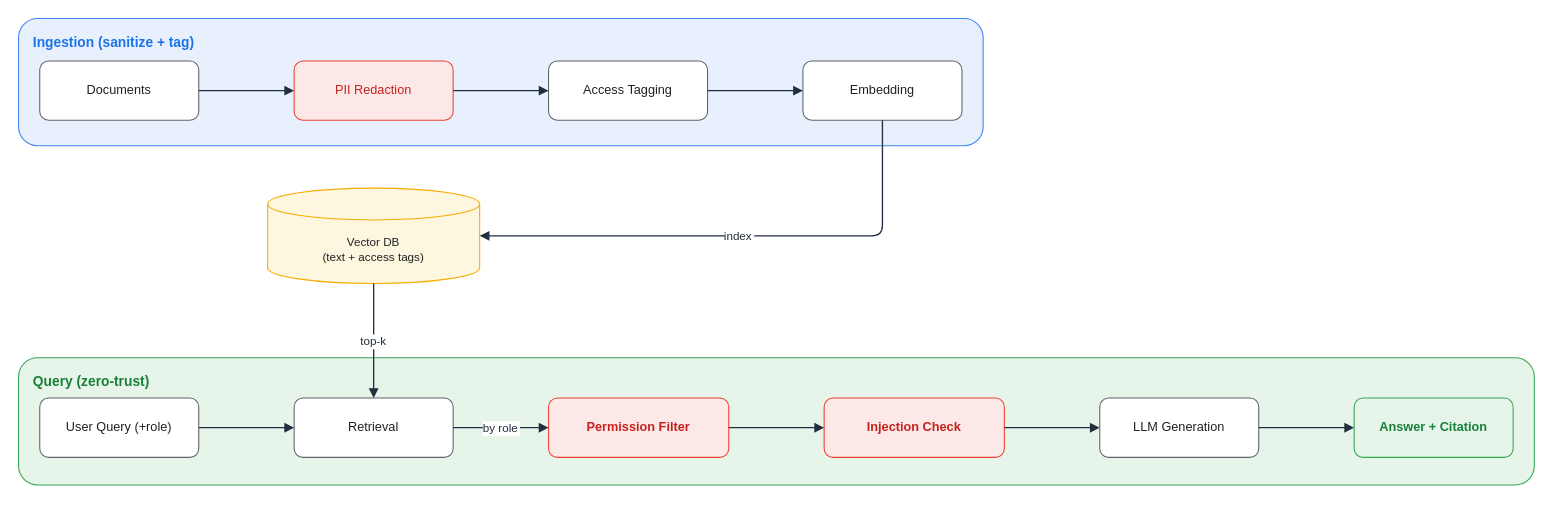
Earlier version of the draw.io diagram assets/img/ai/rag-05-secure-rag-flow.drawio (KKamJi98/kkamji98.github.io). Source tidied: cells renumbered, new cells numbered last; positions are measured from the earlier drawing's top-left corner, leaving out a move shared by most shapes. Both pictures are drawn from the tidied source at 106%, with x=0, y=0 at pixel (18, 18).
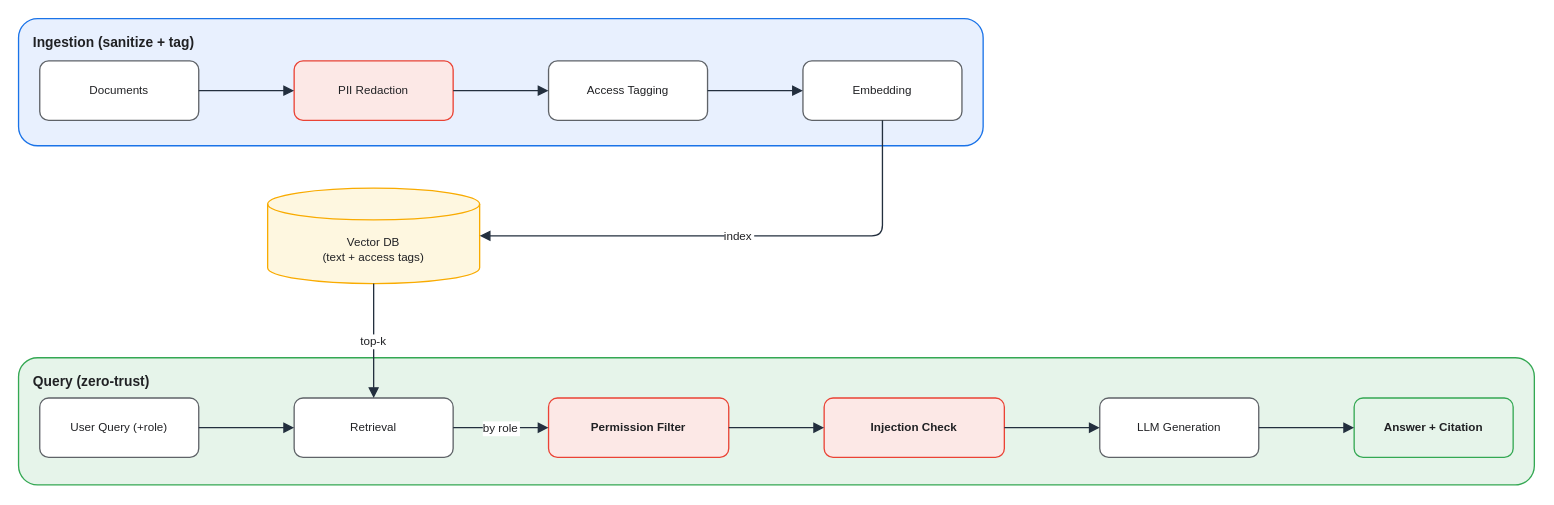
After the change.

Diff of the diagram source:
```diff
@@
-<mxGraphModel>
+<mxGraphModel background="#FFFFFF">
@@
-    <mxCell id="2" value="Ingestion (sanitize + tag)" style="rounded=1;html=0;fillColor=#E8F0FE;strokeColor=#4285F4;verticalAlign=top;align=left;fontStyle=1;fontSize=13;fontColor=#1A73E8;spacingLeft=12;spacingTop=8;shadow=0;" parent="1" vertex="1">
+    <mxCell id="2" value="Ingestion (sanitize + tag)" style="rounded=1;html=0;fillColor=#E8F0FE;strokeColor=#1A73E8;verticalAlign=top;align=left;fontStyle=1;fontSize=13;fontColor=#202124;spacingLeft=12;spacingTop=8;shadow=0;strokeWidth=1.25;" parent="1" vertex="1">
       <mxGeometry width="910" height="120" as="geometry" />
     </mxCell>
-    <mxCell id="3" value="Query (zero-trust)" style="rounded=1;html=0;fillColor=#E6F4EA;strokeColor=#34A853;verticalAlign=top;align=left;fontStyle=1;fontSize=13;fontColor=#188038;spacingLeft=12;spacingTop=8;shadow=0;" parent="1" vertex="1">
+    <mxCell id="3" value="Query (zero-trust)" style="rounded=1;html=0;fillColor=#E6F4EA;strokeColor=#34A853;verticalAlign=top;align=left;fontStyle=1;fontSize=13;fontColor=#202124;spacingLeft=12;spacingTop=8;shadow=0;strokeWidth=1.25;" parent="1" vertex="1">
       <mxGeometry y="320" width="1430" height="120" as="geometry" />
     </mxCell>
-    <mxCell id="4" value="Documents" style="rounded=1;whiteSpace=wrap;html=0;fillColor=#FFFFFF;strokeColor=#5F6368;shadow=0;fontSize=12;fontColor=#202124;" parent="1" vertex="1">
+    <mxCell id="4" value="Documents" style="rounded=1;whiteSpace=wrap;html=0;fillColor=#FFFFFF;strokeColor=#5F6368;shadow=0;fontSize=11;fontColor=#202124;strokeWidth=1.25;" parent="1" vertex="1">
       <mxGeometry x="20" y="40" width="150" height="56" as="geometry" />
     </mxCell>
-    <mxCell id="5" value="PII Redaction" style="rounded=1;whiteSpace=wrap;html=0;fillColor=#FCE8E6;strokeColor=#EA4335;shadow=0;fontSize=12;fontColor=#C5221F;" parent="1" vertex="1">
+    <mxCell id="5" value="PII Redaction" style="rounded=1;whiteSpace=wrap;html=0;fillColor=#FCE8E6;strokeColor=#EA4335;shadow=0;fontSize=11;fontColor=#202124;strokeWidth=1.25;" parent="1" vertex="1">
       <mxGeometry x="260" y="40" width="150" height="56" as="geometry" />
     </mxCell>
-    <mxCell id="6" value="Access Tagging" style="rounded=1;whiteSpace=wrap;html=0;fillColor=#FFFFFF;strokeColor=#5F6368;shadow=0;fontSize=12;fontColor=#202124;" parent="1" vertex="1">
+    <mxCell id="6" value="Access Tagging" style="rounded=1;whiteSpace=wrap;html=0;fillColor=#FFFFFF;strokeColor=#5F6368;shadow=0;fontSize=11;fontColor=#202124;strokeWidth=1.25;" parent="1" vertex="1">
       <mxGeometry x="500" y="40" width="150" height="56" as="geometry" />
     </mxCell>
-    <mxCell id="7" value="Embedding" style="rounded=1;whiteSpace=wrap;html=0;fillColor=#FFFFFF;strokeColor=#5F6368;shadow=0;fontSize=12;fontColor=#202124;" parent="1" vertex="1">
+    <mxCell id="7" value="Embedding" style="rounded=1;whiteSpace=wrap;html=0;fillColor=#FFFFFF;strokeColor=#5F6368;shadow=0;fontSize=11;fontColor=#202124;strokeWidth=1.25;" parent="1" vertex="1">
       <mxGeometry x="740" y="40" width="150" height="56" as="geometry" />
     </mxCell>
-    <mxCell id="8" value="Vector DB&#10;(text + access tags)" style="shape=cylinder3;whiteSpace=wrap;html=0;fillColor=#FEF7E0;strokeColor=#F9AB00;shadow=0;fontSize=11;fontColor=#202124;boundedLbl=1;" parent="1" vertex="1">
+    <mxCell id="8" value="Vector DB&#10;(text + access tags)" style="shape=cylinder3;whiteSpace=wrap;html=0;fillColor=#FEF7E0;strokeColor=#F9AB00;shadow=0;fontSize=11;fontColor=#202124;boundedLbl=1;strokeWidth=1.25;" parent="1" vertex="1">
       <mxGeometry x="235" y="160" width="200" height="90" as="geometry" />
     </mxCell>
-    <mxCell id="9" value="User Query (+role)" style="rounded=1;whiteSpace=wrap;html=0;fillColor=#FFFFFF;strokeColor=#5F6368;shadow=0;fontSize=12;fontColor=#202124;" parent="1" vertex="1">
+    <mxCell id="9" value="User Query (+role)" style="rounded=1;whiteSpace=wrap;html=0;fillColor=#FFFFFF;strokeColor=#5F6368;shadow=0;fontSize=11;fontColor=#202124;strokeWidth=1.25;" parent="1" vertex="1">
       <mxGeometry x="20" y="358" width="150" height="56" as="geometry" />
     </mxCell>
-    <mxCell id="10" value="Retrieval" style="rounded=1;whiteSpace=wrap;html=0;fillColor=#FFFFFF;strokeColor=#5F6368;shadow=0;fontSize=12;fontColor=#202124;" parent="1" vertex="1">
+    <mxCell id="10" value="Retrieval" style="rounded=1;whiteSpace=wrap;html=0;fillColor=#FFFFFF;strokeColor=#5F6368;shadow=0;fontSize=11;fontColor=#202124;strokeWidth=1.25;" parent="1" vertex="1">
       <mxGeometry x="260" y="358" width="150" height="56" as="geometry" />
     </mxCell>
-    <mxCell id="11" value="Permission Filter" style="rounded=1;whiteSpace=wrap;html=0;fillColor=#FCE8E6;strokeColor=#EA4335;shadow=0;fontSize=12;fontColor=#C5221F;fontStyle=1;" parent="1" vertex="1">
+    <mxCell id="11" value="Permission Filter" style="rounded=1;whiteSpace=wrap;html=0;fillColor=#FCE8E6;strokeColor=#EA4335;shadow=0;fontSize=11;fontColor=#202124;fontStyle=1;strokeWidth=1.25;" parent="1" vertex="1">
       <mxGeometry x="500" y="358" width="170" height="56" as="geometry" />
     </mxCell>
-    <mxCell id="12" value="Injection Check" style="rounded=1;whiteSpace=wrap;html=0;fillColor=#FCE8E6;strokeColor=#EA4335;shadow=0;fontSize=12;fontColor=#C5221F;fontStyle=1;" parent="1" vertex="1">
+    <mxCell id="12" value="Injection Check" style="rounded=1;whiteSpace=wrap;html=0;fillColor=#FCE8E6;strokeColor=#EA4335;shadow=0;fontSize=11;fontColor=#202124;fontStyle=1;strokeWidth=1.25;" parent="1" vertex="1">
       <mxGeometry x="760" y="358" width="170" height="56" as="geometry" />
     </mxCell>
-    <mxCell id="13" value="LLM Generation" style="rounded=1;whiteSpace=wrap;html=0;fillColor=#FFFFFF;strokeColor=#5F6368;shadow=0;fontSize=12;fontColor=#202124;" parent="1" vertex="1">
+    <mxCell id="13" value="LLM Generation" style="rounded=1;whiteSpace=wrap;html=0;fillColor=#FFFFFF;strokeColor=#5F6368;shadow=0;fontSize=11;fontColor=#202124;strokeWidth=1.25;" parent="1" vertex="1">
       <mxGeometry x="1020" y="358" width="150" height="56" as="geometry" />
     </mxCell>
-    <mxCell id="14" value="Answer + Citation" style="rounded=1;whiteSpace=wrap;html=0;fillColor=#E6F4EA;strokeColor=#34A853;shadow=0;fontSize=12;fontColor=#188038;fontStyle=1;" parent="1" vertex="1">
+    <mxCell id="14" value="Answer + Citation" style="rounded=1;whiteSpace=wrap;html=0;fillColor=#E6F4EA;strokeColor=#34A853;shadow=0;fontSize=11;fontColor=#202124;fontStyle=1;strokeWidth=1.25;" parent="1" vertex="1">
       <mxGeometry x="1260" y="358" width="150" height="56" as="geometry" />
     </mxCell>
-    <mxCell id="15" style="edgeStyle=orthogonalEdgeStyle;rounded=1;html=0;endArrow=block;strokeColor=#232F3E;strokeWidth=1.25;fontColor=#232F3E;" parent="1" edge="1" source="4" target="5">
+    <mxCell id="15" style="edgeStyle=orthogonalEdgeStyle;rounded=1;html=0;endArrow=block;strokeColor=#232F3E;strokeWidth=1.25;fontColor=#202124;endSize=7;" parent="1" edge="1" source="4" target="5">
       <mxGeometry relative="1" as="geometry" />
     </mxCell>
-    <mxCell id="16" style="edgeStyle=orthogonalEdgeStyle;rounded=1;html=0;endArrow=block;strokeColor=#232F3E;strokeWidth=1.25;fontColor=#232F3E;" parent="1" edge="1" source="5" target="6">
+    <mxCell id="16" style="edgeStyle=orthogonalEdgeStyle;rounded=1;html=0;endArrow=block;strokeColor=#232F3E;strokeWidth=1.25;fontColor=#202124;endSize=7;" parent="1" edge="1" source="5" target="6">
       <mxGeometry relative="1" as="geometry" />
     </mxCell>
-    <mxCell id="17" style="edgeStyle=orthogonalEdgeStyle;rounded=1;html=0;endArrow=block;strokeColor=#232F3E;strokeWidth=1.25;fontColor=#232F3E;" parent="1" edge="1" source="6" target="7">
+    <mxCell id="17" style="edgeStyle=orthogonalEdgeStyle;rounded=1;html=0;endArrow=block;strokeColor=#232F3E;strokeWidth=1.25;fontColor=#202124;endSize=7;" parent="1" edge="1" source="6" target="7">
       <mxGeometry relative="1" as="geometry" />
     </mxCell>
-    <mxCell id="18" value="index" style="edgeStyle=orthogonalEdgeStyle;rounded=1;html=0;endArrow=block;strokeColor=#232F3E;strokeWidth=1.25;fontColor=#232F3E;fontSize=11;labelBackgroundColor=#FFFFFF;exitX=0.5;exitY=1;exitDx=0;exitDy=0;entryX=1;entryY=0.5;entryDx=0;entryDy=0;" parent="1" edge="1" source="7" target="8">
+    <mxCell id="18" value="index" style="edgeStyle=orthogonalEdgeStyle;rounded=1;html=0;endArrow=block;strokeColor=#232F3E;strokeWidth=1.25;fontColor=#202124;fontSize=11;labelBackgroundColor=#FFFFFF;exitX=0.5;exitY=1;exitDx=0;exitDy=0;entryX=1;entryY=0.5;entryDx=0;entryDy=0;endSize=7;" parent="1" edge="1" source="7" target="8">
       <mxGeometry relative="1" as="geometry">
         <Array as="points">
           <mxPoint x="815" y="205" />
         </Array>
       </mxGeometry>
     </mxCell>
-    <mxCell id="19" value="top-k" style="edgeStyle=orthogonalEdgeStyle;rounded=1;html=0;endArrow=block;strokeColor=#232F3E;strokeWidth=1.25;fontColor=#232F3E;fontSize=11;labelBackgroundColor=#FFFFFF;exitX=0.5;exitY=1;exitDx=0;exitDy=0;entryX=0.5;entryY=0;entryDx=0;entryDy=0;" parent="1" edge="1" source="8" target="10">
+    <mxCell id="19" value="top-k" style="edgeStyle=orthogonalEdgeStyle;rounded=1;html=0;endArrow=block;strokeColor=#232F3E;strokeWidth=1.25;fontColor=#202124;fontSize=11;labelBackgroundColor=#FFFFFF;exitX=0.5;exitY=1;exitDx=0;exitDy=0;entryX=0.5;entryY=0;entryDx=0;entryDy=0;endSize=7;" parent="1" edge="1" source="8" target="10">
       <mxGeometry relative="1" as="geometry" />
     </mxCell>
-    <mxCell id="20" style="edgeStyle=orthogonalEdgeStyle;rounded=1;html=0;endArrow=block;strokeColor=#232F3E;strokeWidth=1.25;fontColor=#232F3E;" parent="1" edge="1" source="9" target="10">
+    <mxCell id="20" style="edgeStyle=orthogonalEdgeStyle;rounded=1;html=0;endArrow=block;strokeColor=#232F3E;strokeWidth=1.25;fontColor=#202124;endSize=7;" parent="1" edge="1" source="9" target="10">
       <mxGeometry relative="1" as="geometry" />
     </mxCell>
-    <mxCell id="21" value="by role" style="edgeStyle=orthogonalEdgeStyle;rounded=1;html=0;endArrow=block;strokeColor=#232F3E;strokeWidth=1.25;fontColor=#232F3E;fontSize=11;labelBackgroundColor=#FFFFFF;" parent="1" edge="1" source="10" target="11">
+    <mxCell id="21" value="by role" style="edgeStyle=orthogonalEdgeStyle;rounded=1;html=0;endArrow=block;strokeColor=#232F3E;strokeWidth=1.25;fontColor=#202124;fontSize=11;labelBackgroundColor=#FFFFFF;endSize=7;" parent="1" edge="1" source="10" target="11">
       <mxGeometry relative="1" as="geometry" />
     </mxCell>
-    <mxCell id="22" style="edgeStyle=orthogonalEdgeStyle;rounded=1;html=0;endArrow=block;strokeColor=#232F3E;strokeWidth=1.25;fontColor=#232F3E;" parent="1" edge="1" source="11" target="12">
+    <mxCell id="22" style="edgeStyle=orthogonalEdgeStyle;rounded=1;html=0;endArrow=block;strokeColor=#232F3E;strokeWidth=1.25;fontColor=#202124;endSize=7;" parent="1" edge="1" source="11" target="12">
       <mxGeometry relative="1" as="geometry" />
     </mxCell>
-    <mxCell id="23" style="edgeStyle=orthogonalEdgeStyle;rounded=1;html=0;endArrow=block;strokeColor=#232F3E;strokeWidth=1.25;fontColor=#232F3E;" parent="1" edge="1" source="12" target="13">
+    <mxCell id="23" style="edgeStyle=orthogonalEdgeStyle;rounded=1;html=0;endArrow=block;strokeColor=#232F3E;strokeWidth=1.25;fontColor=#202124;endSize=7;" parent="1" edge="1" source="12" target="13">
       <mxGeometry relative="1" as="geometry" />
     </mxCell>
-    <mxCell id="24" style="edgeStyle=orthogonalEdgeStyle;rounded=1;html=0;endArrow=block;strokeColor=#232F3E;strokeWidth=1.25;fontColor=#232F3E;" parent="1" edge="1" source="13" target="14">
+    <mxCell id="24" style="edgeStyle=orthogonalEdgeStyle;rounded=1;html=0;endArrow=block;strokeColor=#232F3E;strokeWidth=1.25;fontColor=#202124;endSize=7;" parent="1" edge="1" source="13" target="14">
       <mxGeometry relative="1" as="geometry" />
     </mxCell>
```
